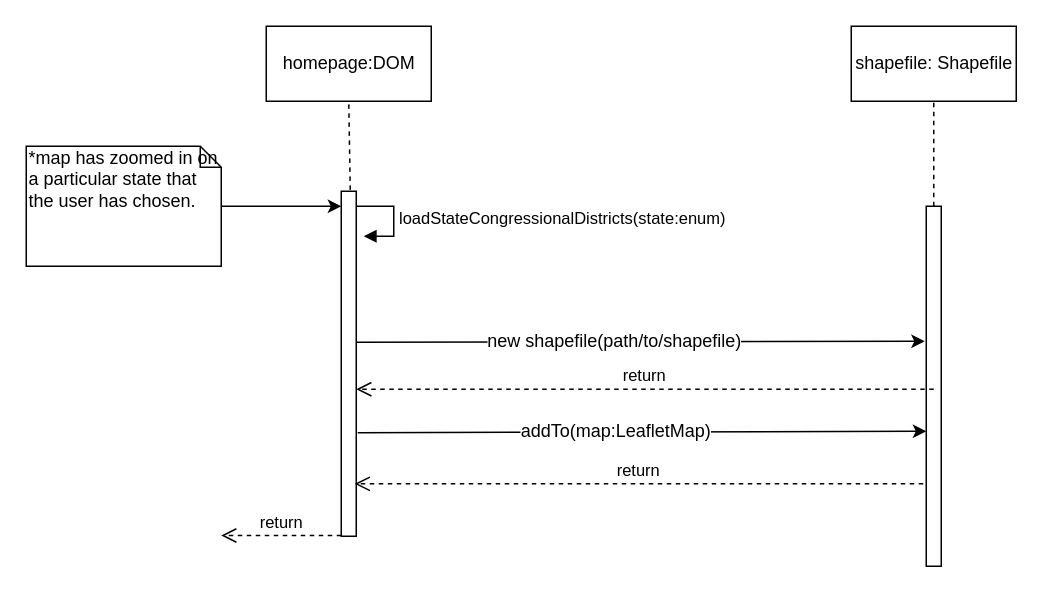
Before: Presentation/modifiableDocuments/3. Display congressional district boundaries (team’s states by default).drawio in Randypaquette13/CSE308New, a draw.io diagram. Source tidied: cells renumbered, new cells numbered last; positions are measured from the earlier drawing's top-left corner, leaving out a move shared by most shapes. Both pictures are drawn from the tidied source at 150%, with x=0, y=0 at pixel (26, 26).
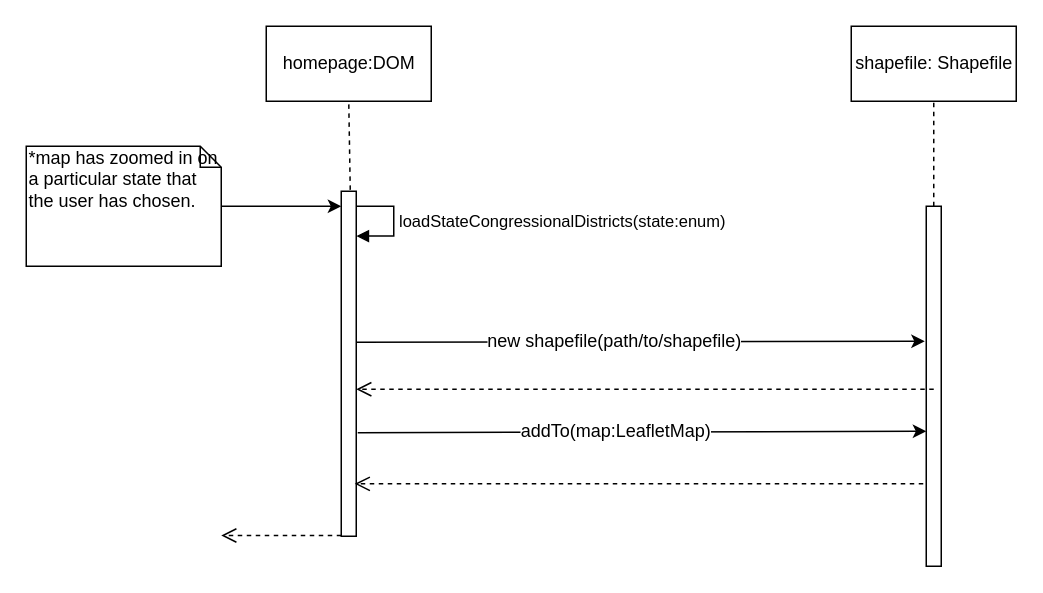
The same diagram, later.

Commit message (it also covers changes not shown here):
fixing #3 sequence diagrams

The change refers to these unchanged cells:
```xml
<mxCell id="2" style="html=1;points=[];perimeter=orthogonalPerimeter;" parent="1" vertex="1">
  <mxGeometry x="210" y="110" width="10" height="230" as="geometry" />
</mxCell>
<mxCell id="3" style="html=1;points=[];perimeter=orthogonalPerimeter;" parent="1" vertex="1">
  <mxGeometry x="600" y="120" width="10" height="240" as="geometry" />
</mxCell>
```

Diff of the diagram source:
```diff
@@
-    <mxCell id="10" value="return" style="html=1;verticalAlign=bottom;endArrow=open;dashed=1;endSize=8;entryX=0.9;entryY=0.848;entryDx=0;entryDy=0;entryPerimeter=0;" parent="1" edge="1" target="2">
+    <mxCell id="10" style="html=1;verticalAlign=bottom;endArrow=open;dashed=1;endSize=8;entryX=0.9;entryY=0.848;entryDx=0;entryDy=0;entryPerimeter=0;" parent="1" edge="1" target="2">
       <mxGeometry relative="1" as="geometry">
         <mxPoint x="598" y="305" as="sourcePoint" />
       </mxGeometry>
     </mxCell>
-    <mxCell id="11" value="loadStateCongressionalDistricts(state:enum)" style="edgeStyle=orthogonalEdgeStyle;html=1;align=left;spacingLeft=2;endArrow=block;rounded=0;entryX=1;entryY=0;" parent="1" edge="1">
+    <mxCell id="11" value="loadStateCongressionalDistricts(state:enum)" style="edgeStyle=orthogonalEdgeStyle;html=1;align=left;spacingLeft=2;endArrow=block;rounded=0;entryX=1;entryY=0.13;entryDx=0;entryDy=0;entryPerimeter=0;" parent="1" edge="1" target="2">
       <mxGeometry relative="1" as="geometry">
         <mxPoint x="220" y="120" as="sourcePoint" />
-        <mxPoint x="225" y="140" as="targetPoint" />
         <Array as="points">
           <mxPoint x="245" y="120" />
+          <mxPoint x="245" y="140" />
         </Array>
       </mxGeometry>
     </mxCell>
-    <mxCell id="12" value="return" style="html=1;verticalAlign=bottom;endArrow=open;dashed=1;endSize=8;exitX=0.5;exitY=0.508;exitDx=0;exitDy=0;exitPerimeter=0;entryX=1;entryY=0.574;entryDx=0;entryDy=0;entryPerimeter=0;" parent="1" edge="1" source="3" target="2">
+    <mxCell id="12" style="html=1;verticalAlign=bottom;endArrow=open;dashed=1;endSize=8;exitX=0.5;exitY=0.508;exitDx=0;exitDy=0;exitPerimeter=0;entryX=1;entryY=0.574;entryDx=0;entryDy=0;entryPerimeter=0;" parent="1" edge="1" source="3" target="2">
       <mxGeometry relative="1" as="geometry" />
     </mxCell>
@@
-    <mxCell id="15" value="return" style="html=1;verticalAlign=bottom;endArrow=open;dashed=1;endSize=8;" parent="1" edge="1">
+    <mxCell id="15" style="html=1;verticalAlign=bottom;endArrow=open;dashed=1;endSize=8;" parent="1" edge="1">
       <mxGeometry relative="1" as="geometry">
         <mxPoint x="210" y="339.5" as="sourcePoint" />
         <mxPoint x="130" y="339.5" as="targetPoint" />
       </mxGeometry>
     </mxCell>
```
